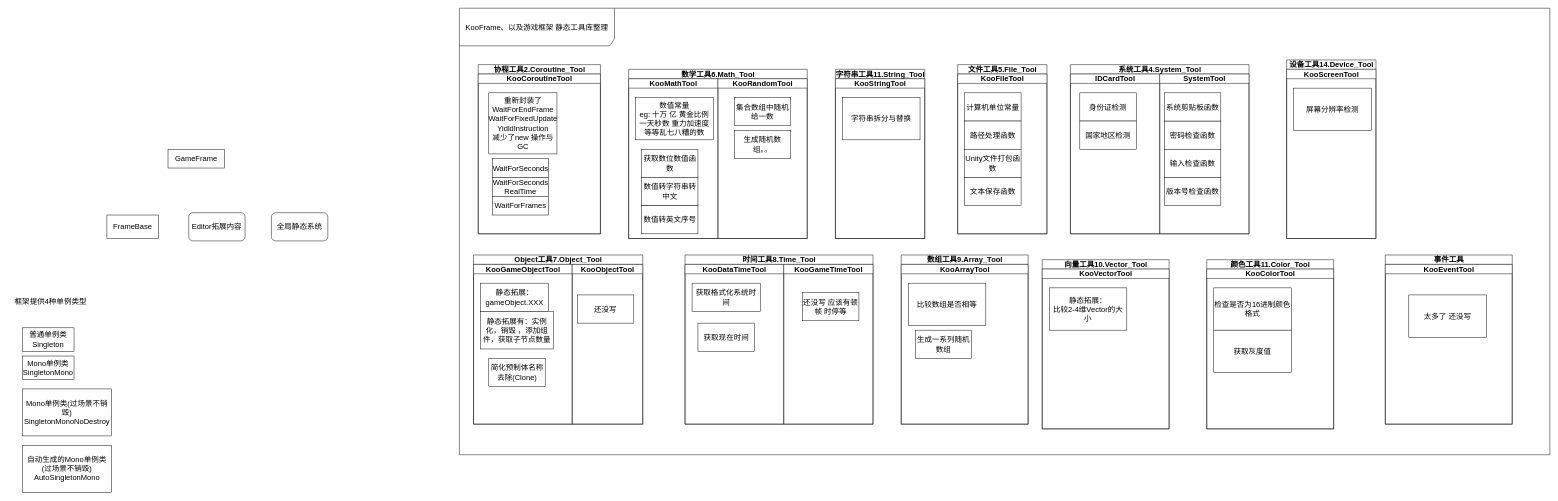
Earlier version of the draw.io diagram 框架类图.drawio (ChesTnuts233/KooFrame). Source tidied: cells renumbered, new cells numbered last; positions are measured from the earlier drawing's top-left corner, leaving out a move shared by most shapes. Both pictures are drawn from the tidied source at 47%, with x=0, y=0 at pixel (8, 8).
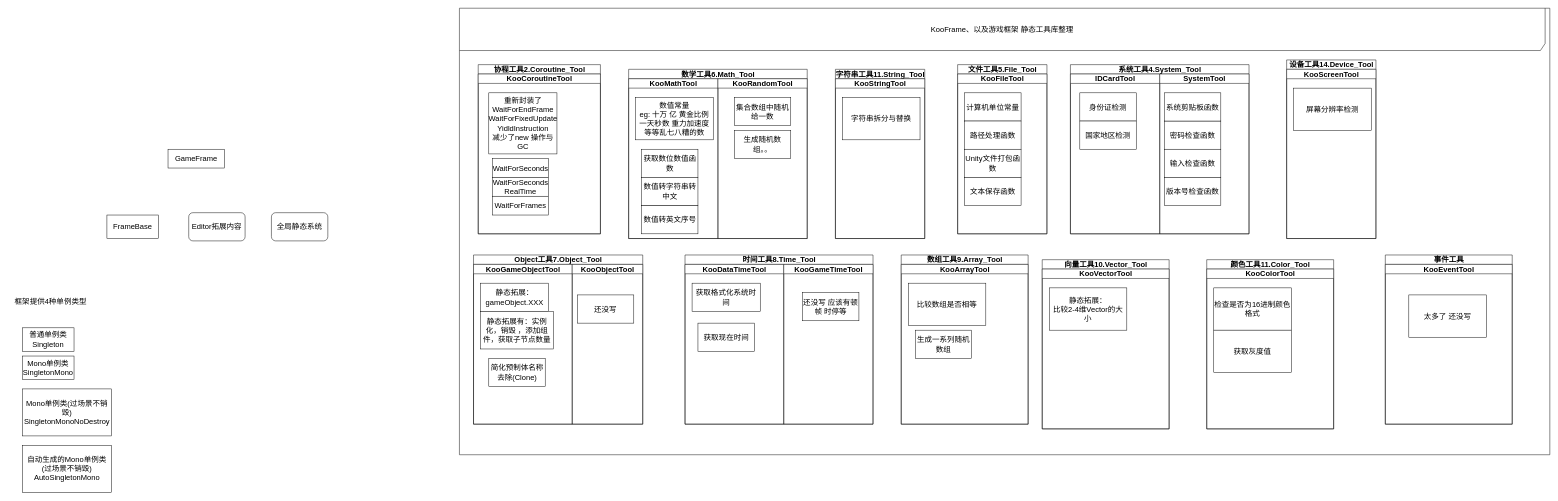
The same page after the edit.

Commit message (it also covers changes not shown here):
更新框架类图.drawio

What changed in the source:
```diff
@@
-    <mxCell id="21" value="KooFrame、以及游戏框架 静态工具库整理" style="shape=umlFrame;whiteSpace=wrap;html=1;fontSize=16;width=330;height=80;" parent="1" vertex="1">
+    <mxCell id="21" value="KooFrame、以及游戏框架 静态工具库整理" style="shape=umlFrame;whiteSpace=wrap;html=1;fontSize=16;width=2310;height=90;" parent="1" vertex="1">
       <mxGeometry x="960" width="2320" height="950" as="geometry" />
     </mxCell>
```
